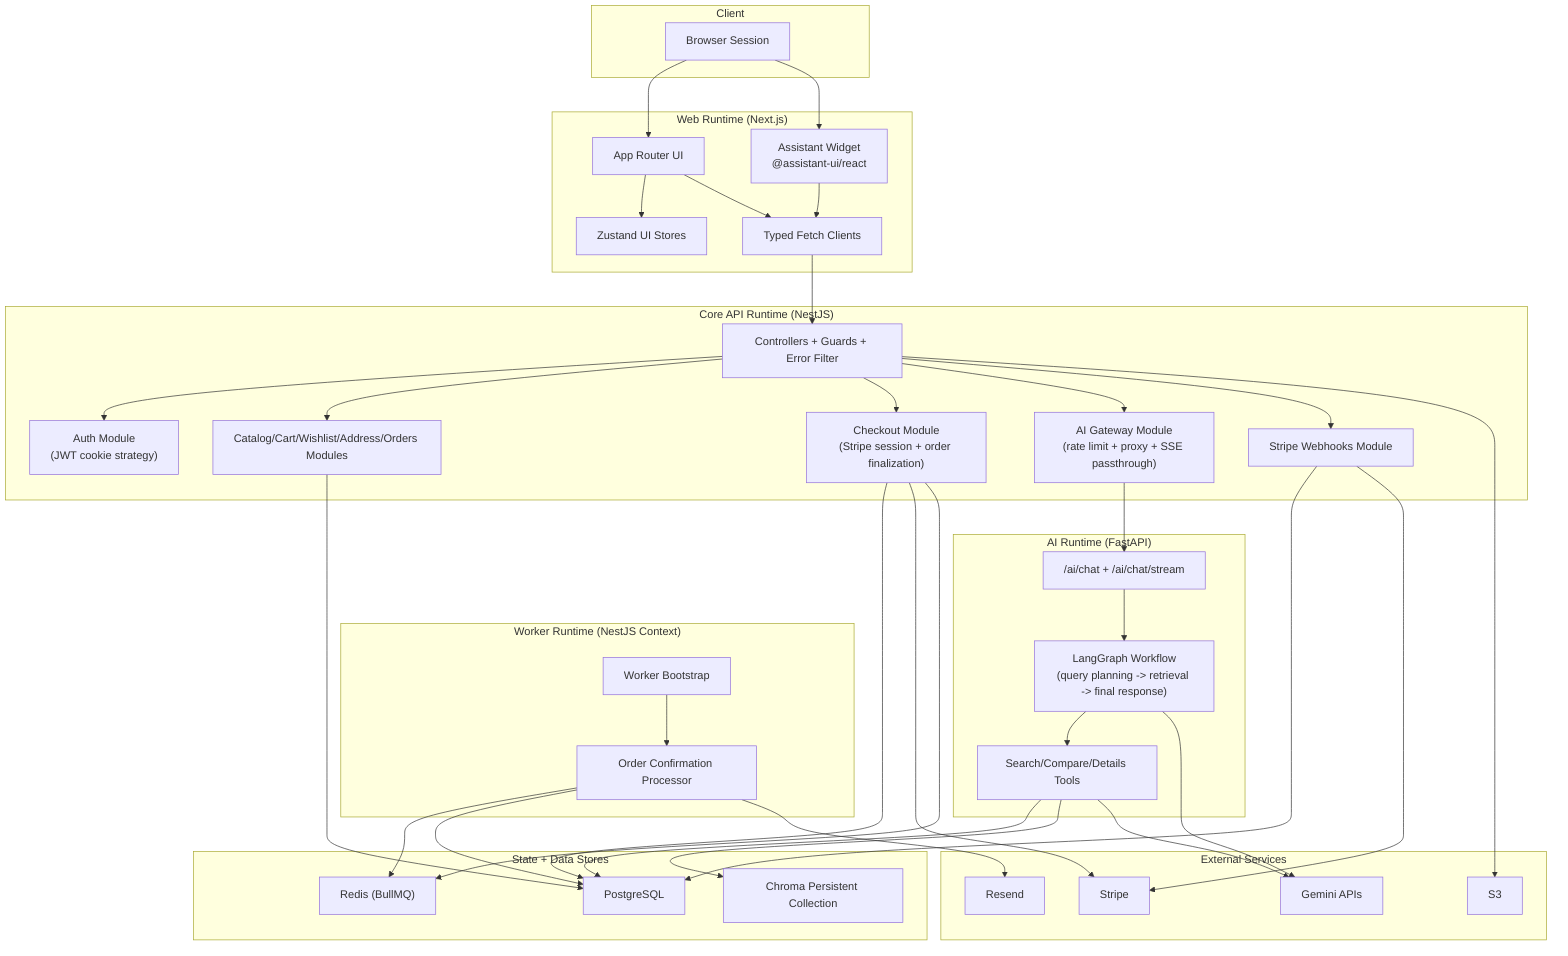
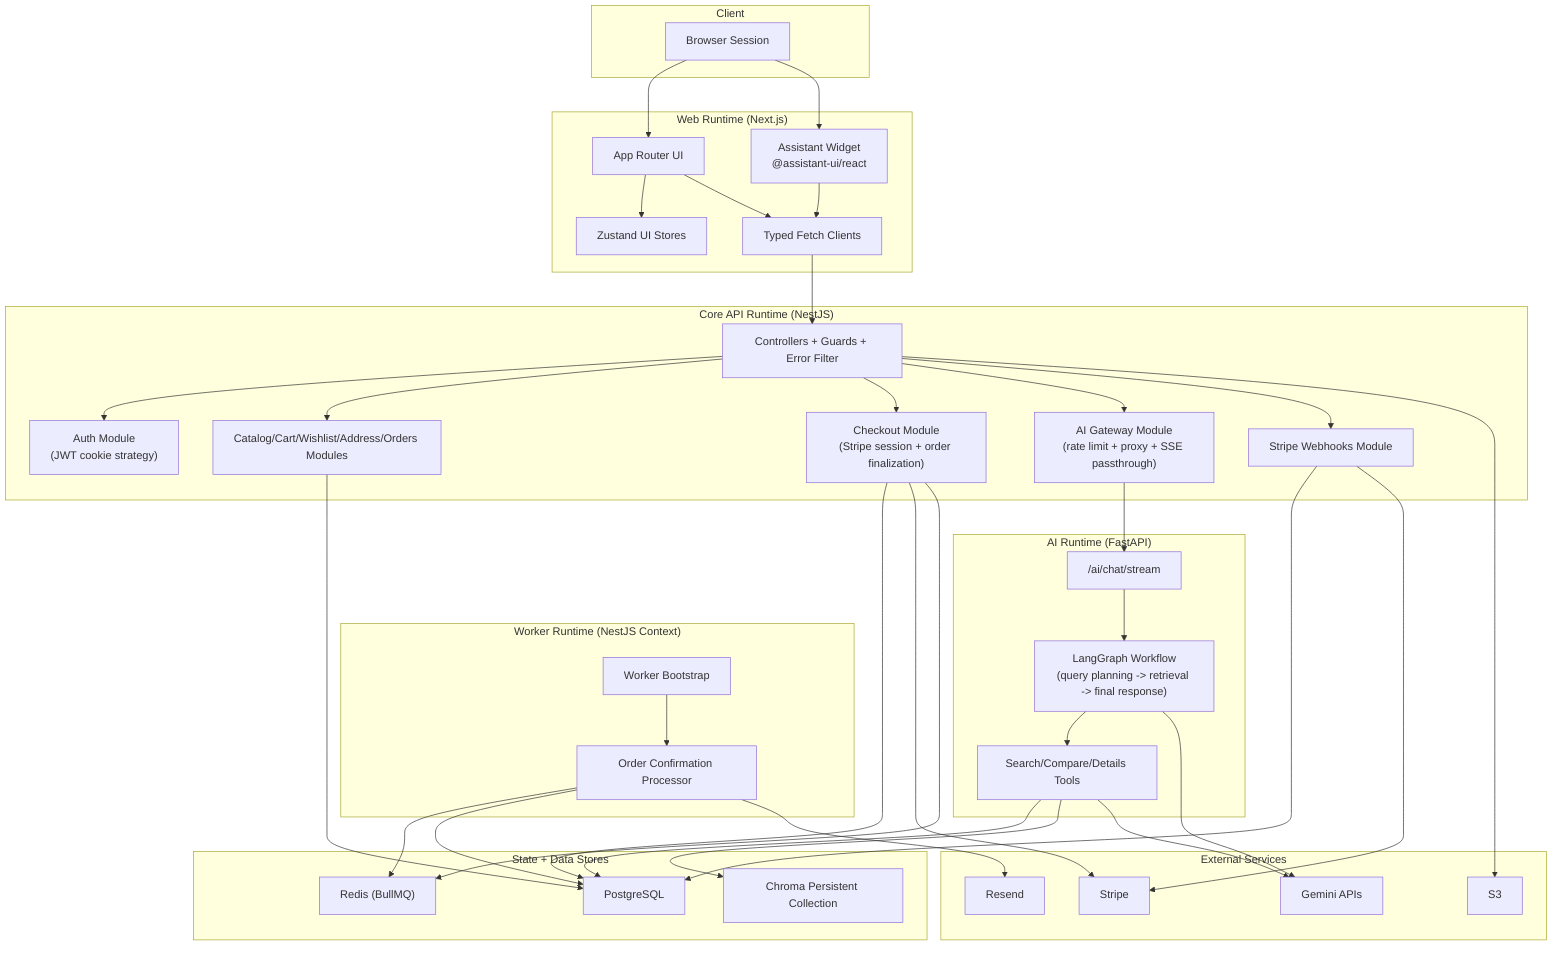
flowchart TB
  subgraph client["Client"]
    browser["Browser Session"]
  end

  subgraph web_runtime["Web Runtime (Next.js)"]
    ui["App Router UI"]
    assistant_ui["Assistant Widget\n@assistant-ui/react"]
    api_clients["Typed Fetch Clients"]
    ui_stores["Zustand UI Stores"]
  end

  subgraph api_runtime["Core API Runtime (NestJS)"]
    controllers["Controllers + Guards + Error Filter"]
    auth_mod["Auth Module\n(JWT cookie strategy)"]
    commerce_mod["Catalog/Cart/Wishlist/Address/Orders Modules"]
    checkout_mod["Checkout Module\n(Stripe session + order finalization)"]
    ai_proxy["AI Gateway Module\n(rate limit + proxy + SSE passthrough)"]
    webhooks_mod["Stripe Webhooks Module"]
  end

  subgraph worker_runtime["Worker Runtime (NestJS Context)"]
    worker_boot["Worker Bootstrap"]
    email_processor["Order Confirmation Processor"]
  end

  subgraph ai_runtime["AI Runtime (FastAPI)"]
-     ai_routes["/ai/chat + /ai/chat/stream"]
+     ai_routes["/ai/chat/stream"]
    workflow_graph["LangGraph Workflow\n(query planning -> retrieval -> final response)"]
    tools["Search/Compare/Details Tools"]
  end

  subgraph data_stores["State + Data Stores"]
    pg["PostgreSQL"]
    redis["Redis (BullMQ)"]
    chroma["Chroma Persistent Collection"]
  end

  subgraph external["External Services"]
    stripe["Stripe"]
    resend["Resend"]
    s3["S3"]
    gemini["Gemini APIs"]
  end

  browser --> ui
  browser --> assistant_ui
  ui --> ui_stores
  ui --> api_clients
  assistant_ui --> api_clients
  api_clients --> controllers

  controllers --> auth_mod
  controllers --> commerce_mod
  controllers --> checkout_mod
  controllers --> ai_proxy
  controllers --> webhooks_mod

  commerce_mod --> pg
  checkout_mod --> pg
  webhooks_mod --> pg
  ai_proxy --> ai_routes

  checkout_mod --> stripe
  webhooks_mod --> stripe
  checkout_mod --> redis
  controllers --> s3

  worker_boot --> email_processor
  email_processor --> redis
  email_processor --> pg
  email_processor --> resend

  ai_routes --> workflow_graph
  workflow_graph --> tools
  tools --> pg
  tools --> chroma
  workflow_graph --> gemini
  tools --> gemini
